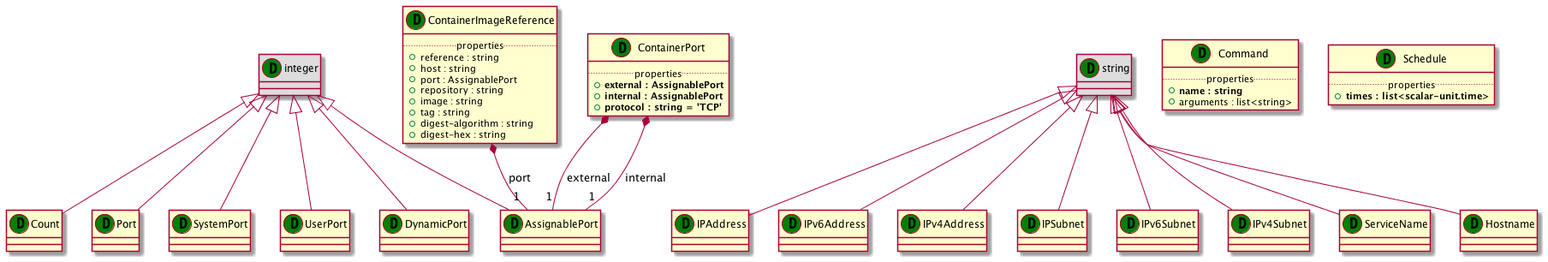
Earlier version of the PlantUML export examples/Khutulun/diagrams/uml2/data-uml2-class-diagram.png (Orange-OpenSource/Cloudnet-TOSCA-toolbox).
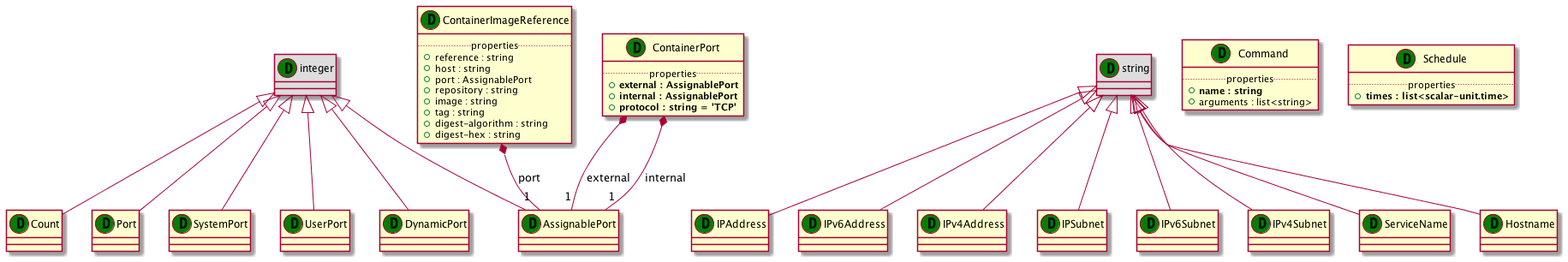
Later version of the same file.

What changed in the source:
```diff
@@ -1,61 +1,47 @@
 @startuml
 set namespaceSeparator none
+class "integer" as integer_DT << (D,green) >> #DDDDDD
 class "Count" as Count_DT << (D,green) >> {
 }
-class "integer" as integer_DT << (D,green) >> #DDDDDD
-integer_DT <|-- Count_DT
+class "string" as string_DT << (D,green) >> #DDDDDD
 class "IPAddress" as IPAddress_DT << (D,green) >> {
 }
 class "string" as string_DT << (D,green) >> #DDDDDD
-string_DT <|-- IPAddress_DT
 class "IPv6Address" as IPv6Address_DT << (D,green) >> {
 }
 class "string" as string_DT << (D,green) >> #DDDDDD
-string_DT <|-- IPv6Address_DT
 class "IPv4Address" as IPv4Address_DT << (D,green) >> {
 }
 class "string" as string_DT << (D,green) >> #DDDDDD
-string_DT <|-- IPv4Address_DT
 class "IPSubnet" as IPSubnet_DT << (D,green) >> {
 }
 class "string" as string_DT << (D,green) >> #DDDDDD
-string_DT <|-- IPSubnet_DT
 class "IPv6Subnet" as IPv6Subnet_DT << (D,green) >> {
 }
 class "string" as string_DT << (D,green) >> #DDDDDD
-string_DT <|-- IPv6Subnet_DT
 class "IPv4Subnet" as IPv4Subnet_DT << (D,green) >> {
 }
-class "string" as string_DT << (D,green) >> #DDDDDD
-string_DT <|-- IPv4Subnet_DT
+class "integer" as integer_DT << (D,green) >> #DDDDDD
 class "Port" as Port_DT << (D,green) >> {
 }
 class "integer" as integer_DT << (D,green) >> #DDDDDD
-integer_DT <|-- Port_DT
 class "AssignablePort" as AssignablePort_DT << (D,green) >> {
 }
 class "integer" as integer_DT << (D,green) >> #DDDDDD
-integer_DT <|-- AssignablePort_DT
 class "SystemPort" as SystemPort_DT << (D,green) >> {
 }
 class "integer" as integer_DT << (D,green) >> #DDDDDD
-integer_DT <|-- SystemPort_DT
 class "UserPort" as UserPort_DT << (D,green) >> {
 }
 class "integer" as integer_DT << (D,green) >> #DDDDDD
-integer_DT <|-- UserPort_DT
 class "DynamicPort" as DynamicPort_DT << (D,green) >> {
 }
-class "integer" as integer_DT << (D,green) >> #DDDDDD
-integer_DT <|-- DynamicPort_DT
+class "string" as string_DT << (D,green) >> #DDDDDD
 class "ServiceName" as ServiceName_DT << (D,green) >> {
 }
 class "string" as string_DT << (D,green) >> #DDDDDD
-string_DT <|-- ServiceName_DT
 class "Hostname" as Hostname_DT << (D,green) >> {
 }
-class "string" as string_DT << (D,green) >> #DDDDDD
-string_DT <|-- Hostname_DT
 class "Command" as Command_DT << (D,green) >> {
 .. properties ..
 +<b>name : string
@@ -76,13 +62,27 @@
 +digest-algorithm : string
 +digest-hex : string
 }
-ContainerImageReference_DT *-- "1" AssignablePort_DT : port
 class "ContainerPort" as ContainerPort_DT << (D,green) >> {
 .. properties ..
 +<b>external : AssignablePort
 +<b>internal : AssignablePort
 +<b>protocol : string = 'TCP'
 }
+integer_DT <|-- Count_DT
+string_DT <|-- IPAddress_DT
+string_DT <|-- IPv6Address_DT
+string_DT <|-- IPv4Address_DT
+string_DT <|-- IPSubnet_DT
+string_DT <|-- IPv6Subnet_DT
+string_DT <|-- IPv4Subnet_DT
+integer_DT <|-- Port_DT
+integer_DT <|-- AssignablePort_DT
+integer_DT <|-- SystemPort_DT
+integer_DT <|-- UserPort_DT
+integer_DT <|-- DynamicPort_DT
+string_DT <|-- ServiceName_DT
+string_DT <|-- Hostname_DT
+ContainerImageReference_DT *-- "1" AssignablePort_DT : port
 ContainerPort_DT *-- "1" AssignablePort_DT : external
 ContainerPort_DT *-- "1" AssignablePort_DT : internal
 @enduml
```
